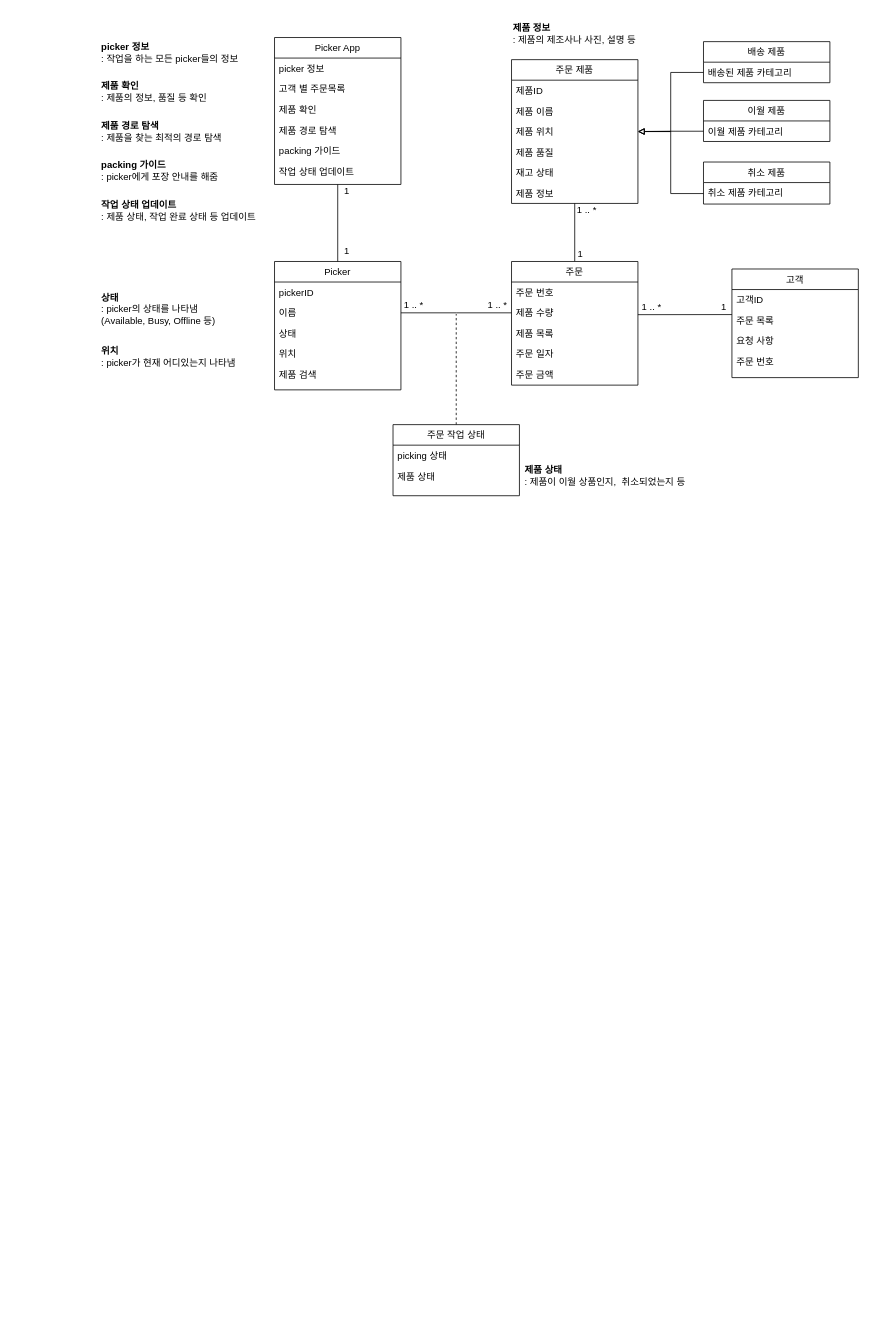
Earlier version of the draw.io diagram 시분설_6조_class_diagram.drawio (dbsrudrla/diagram). Source tidied: cells renumbered, new cells numbered last; positions are measured from the earlier drawing's top-left corner, leaving out a move shared by most shapes. Both pictures are drawn from the tidied source at 79%, with x=0, y=0 at pixel (100, 13).
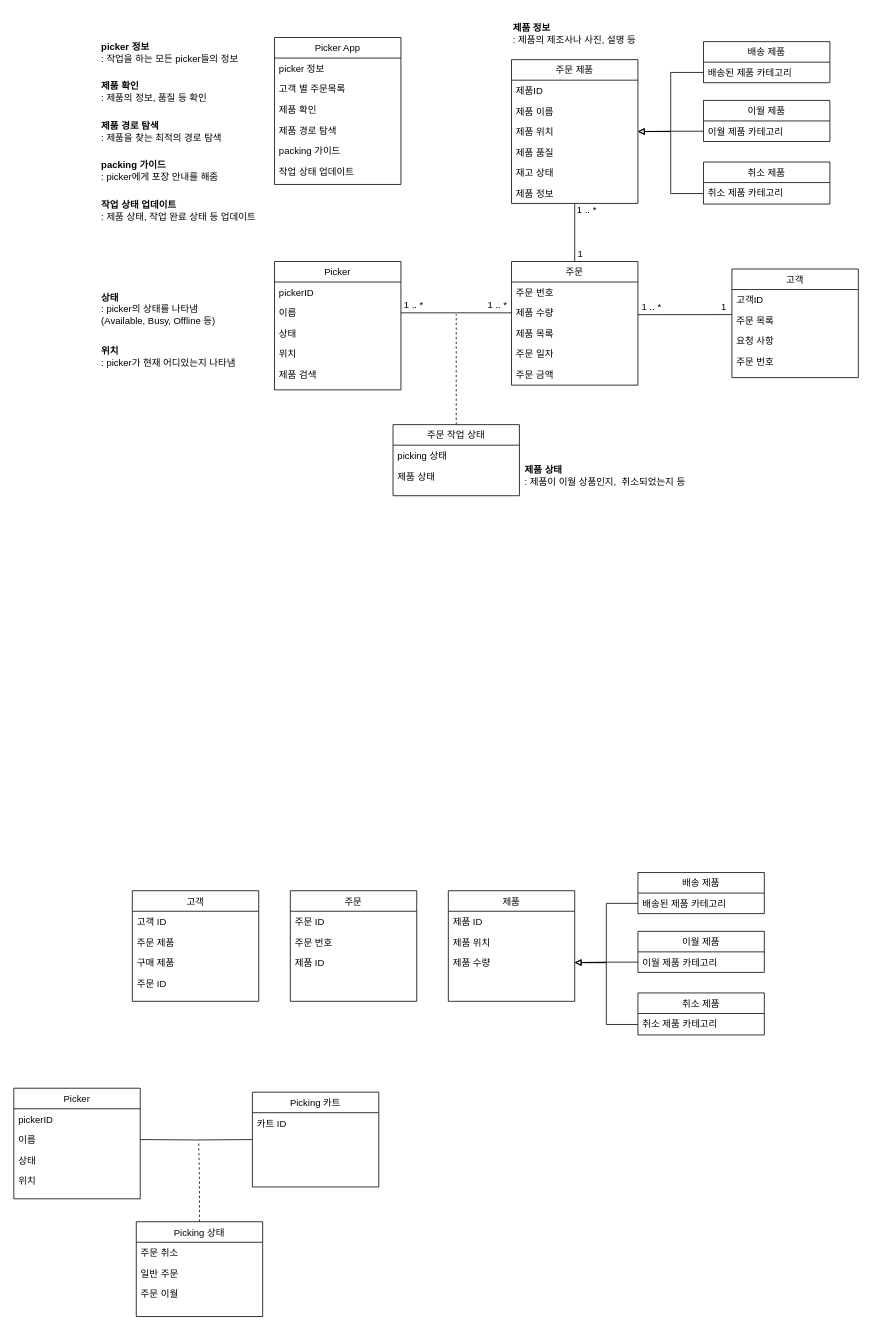
Above is the later version.

Commit message:
시분설_6조_class_diagram.drawio 업데이트

Unchanged cells that the change refers to:
```xml
<mxCell id="2" value="Picker" style="swimlane;fontStyle=0;align=center;verticalAlign=top;horizontal=1;startSize=26;rounded=0;shadow=0;strokeWidth=1;" parent="1" vertex="1">
  <mxGeometry x="221" y="313.5" width="160" height="162.5" as="geometry" />
</mxCell>
<mxCell id="10" value="Picker App" style="swimlane;fontStyle=0;align=center;verticalAlign=top;horizontal=1;startSize=26;rounded=0;shadow=0;strokeWidth=1;" parent="1" vertex="1">
  <mxGeometry x="221" y="30" width="160" height="186" as="geometry" />
</mxCell>
```

Diff of the diagram source:
```diff
@@
-    <mxCell id="9" style="edgeStyle=orthogonalEdgeStyle;rounded=0;jettySize=auto;html=1;exitX=0.5;exitY=1;exitDx=0;exitDy=0;endArrow=none;endFill=0;" parent="1" edge="1" source="10" target="2">
-      <mxGeometry relative="1" as="geometry" />
-    </mxCell>
@@
-    <mxCell id="47" value="1&amp;nbsp;" style="text;html=1;align=center;verticalAlign=middle;strokeColor=none;fillColor=none;" parent="1" vertex="1">
-      <mxGeometry x="299" y="210" width="30" height="30" as="geometry" />
-    </mxCell>
-    <mxCell id="48" value="1&amp;nbsp;" style="text;html=1;align=center;verticalAlign=middle;strokeColor=none;fillColor=none;" parent="1" vertex="1">
-      <mxGeometry x="299" y="285" width="30" height="30" as="geometry" />
-    </mxCell>
@@
+    <mxCell id="67" value="제품" style="swimlane;fontStyle=0;align=center;verticalAlign=top;horizontal=1;startSize=26;rounded=0;shadow=0;strokeWidth=1;" parent="1" vertex="1">
+      <mxGeometry x="441" y="1110" width="160" height="140" as="geometry" />
+    </mxCell>
+    <mxCell id="68" value="제품 ID" style="text;align=left;verticalAlign=top;spacingLeft=4;spacingRight=4;overflow=hidden;rounded=0;shadow=0;html=0;" parent="67" vertex="1">
+      <mxGeometry y="26" width="160" height="26" as="geometry" />
+    </mxCell>
+    <mxCell id="69" value="제품 위치" style="text;align=left;verticalAlign=top;spacingLeft=4;spacingRight=4;overflow=hidden;" parent="67" vertex="1">
+      <mxGeometry y="52" width="160" height="26" as="geometry" />
+    </mxCell>
+    <mxCell id="70" value="제품 수량" style="text;align=left;verticalAlign=top;spacingLeft=4;spacingRight=4;overflow=hidden;points=[[0,0.5],[1,0.5]];portConstraint=eastwest;rounded=0;shadow=0;html=0;" parent="67" vertex="1">
+      <mxGeometry y="78" width="160" height="26" as="geometry" />
+    </mxCell>
+    <mxCell id="71" value="Picking 카트" style="swimlane;fontStyle=0;align=center;verticalAlign=top;horizontal=1;startSize=26;rounded=0;shadow=0;strokeWidth=1;" parent="1" vertex="1">
+      <mxGeometry x="193" y="1365" width="160" height="120" as="geometry" />
+    </mxCell>
+    <mxCell id="72" value="카트 ID" style="text;align=left;verticalAlign=top;spacingLeft=4;spacingRight=4;overflow=hidden;rounded=0;shadow=0;html=0;" parent="71" vertex="1">
+      <mxGeometry y="26" width="160" height="26" as="geometry" />
+    </mxCell>
+    <mxCell id="73" value="주문" style="swimlane;fontStyle=0;align=center;verticalAlign=top;horizontal=1;startSize=26;rounded=0;shadow=0;strokeWidth=1;" parent="1" vertex="1">
+      <mxGeometry x="241" y="1110" width="160" height="140" as="geometry" />
+    </mxCell>
+    <mxCell id="74" value="주문 ID" style="text;align=left;verticalAlign=top;spacingLeft=4;spacingRight=4;overflow=hidden;rounded=0;shadow=0;html=0;" parent="73" vertex="1">
+      <mxGeometry y="26" width="160" height="26" as="geometry" />
+    </mxCell>
+    <mxCell id="75" value="주문 번호" style="text;align=left;verticalAlign=top;spacingLeft=4;spacingRight=4;overflow=hidden;" parent="73" vertex="1">
+      <mxGeometry y="52" width="160" height="26" as="geometry" />
+    </mxCell>
+    <mxCell id="76" value="제품 ID" style="text;align=left;verticalAlign=top;spacingLeft=4;spacingRight=4;overflow=hidden;rounded=0;shadow=0;html=0;" parent="73" vertex="1">
+      <mxGeometry y="78" width="160" height="26" as="geometry" />
+    </mxCell>
+    <mxCell id="77" value="고객" style="swimlane;fontStyle=0;align=center;verticalAlign=top;horizontal=1;startSize=26;rounded=0;shadow=0;strokeWidth=1;" parent="1" vertex="1">
+      <mxGeometry x="41" y="1110" width="160" height="140" as="geometry" />
+    </mxCell>
+    <mxCell id="78" value="고객 ID" style="text;align=left;verticalAlign=top;spacingLeft=4;spacingRight=4;overflow=hidden;rounded=0;shadow=0;html=0;" parent="77" vertex="1">
+      <mxGeometry y="26" width="160" height="26" as="geometry" />
+    </mxCell>
+    <mxCell id="79" value="주문 제품" style="text;align=left;verticalAlign=top;spacingLeft=4;spacingRight=4;overflow=hidden;" parent="77" vertex="1">
+      <mxGeometry y="52" width="160" height="26" as="geometry" />
+    </mxCell>
+    <mxCell id="80" value="구매 제품" style="text;align=left;verticalAlign=top;spacingLeft=4;spacingRight=4;overflow=hidden;rounded=0;shadow=0;html=0;" parent="77" vertex="1">
+      <mxGeometry y="78" width="160" height="26" as="geometry" />
+    </mxCell>
+    <mxCell id="81" value="주문 ID" style="text;align=left;verticalAlign=top;spacingLeft=4;spacingRight=4;overflow=hidden;rounded=0;shadow=0;html=0;" parent="77" vertex="1">
+      <mxGeometry y="104" width="160" height="26" as="geometry" />
+    </mxCell>
+    <mxCell id="82" value="Picker" style="swimlane;fontStyle=0;align=center;verticalAlign=top;horizontal=1;startSize=26;rounded=0;shadow=0;strokeWidth=1;" parent="1" vertex="1">
+      <mxGeometry x="-109" y="1360" width="160" height="140" as="geometry" />
+    </mxCell>
+    <mxCell id="83" value="pickerID" style="text;align=left;verticalAlign=top;spacingLeft=4;spacingRight=4;overflow=hidden;rounded=0;shadow=0;html=0;" parent="82" vertex="1">
+      <mxGeometry y="26" width="160" height="26" as="geometry" />
+    </mxCell>
+    <mxCell id="84" value="이름" style="text;align=left;verticalAlign=top;spacingLeft=4;spacingRight=4;overflow=hidden;" parent="82" vertex="1">
+      <mxGeometry y="52" width="160" height="26" as="geometry" />
+    </mxCell>
+    <mxCell id="85" value="상태" style="text;align=left;verticalAlign=top;spacingLeft=4;spacingRight=4;overflow=hidden;rounded=0;shadow=0;html=0;" parent="82" vertex="1">
+      <mxGeometry y="78" width="160" height="26" as="geometry" />
+    </mxCell>
+    <mxCell id="86" value="위치" style="text;align=left;verticalAlign=top;spacingLeft=4;spacingRight=4;overflow=hidden;rounded=0;shadow=0;html=0;" parent="82" vertex="1">
+      <mxGeometry y="104" width="160" height="26" as="geometry" />
+    </mxCell>
+    <mxCell id="87" style="edgeStyle=orthogonalEdgeStyle;rounded=0;jettySize=auto;html=1;exitX=0.5;exitY=0;exitDx=0;exitDy=0;dashed=1;endArrow=none;endFill=0;" parent="1" edge="1" source="88">
+      <mxGeometry relative="1" as="geometry">
+        <mxPoint x="125" y="1427" as="targetPoint" />
+      </mxGeometry>
+    </mxCell>
+    <mxCell id="88" value="Picking 상태" style="swimlane;fontStyle=0;align=center;verticalAlign=top;horizontal=1;startSize=26;rounded=0;shadow=0;strokeWidth=1;" parent="1" vertex="1">
+      <mxGeometry x="46" y="1529" width="160" height="120" as="geometry" />
+    </mxCell>
+    <mxCell id="89" value="주문 취소" style="text;align=left;verticalAlign=top;spacingLeft=4;spacingRight=4;overflow=hidden;rounded=0;shadow=0;html=0;" parent="88" vertex="1">
+      <mxGeometry y="26" width="160" height="26" as="geometry" />
+    </mxCell>
+    <mxCell id="90" value="일반 주문" style="text;align=left;verticalAlign=top;spacingLeft=4;spacingRight=4;overflow=hidden;" parent="88" vertex="1">
+      <mxGeometry y="52" width="160" height="26" as="geometry" />
+    </mxCell>
+    <mxCell id="91" value="주문 이월" style="text;align=left;verticalAlign=top;spacingLeft=4;spacingRight=4;overflow=hidden;rounded=0;shadow=0;html=0;" parent="88" vertex="1">
+      <mxGeometry y="78" width="160" height="26" as="geometry" />
+    </mxCell>
+    <mxCell id="92" style="edgeStyle=orthogonalEdgeStyle;rounded=0;jettySize=auto;html=1;exitX=0;exitY=0.5;exitDx=0;exitDy=0;entryX=1;entryY=0.5;entryDx=0;entryDy=0;endArrow=block;endFill=0;" parent="1" edge="1" source="94" target="70">
+      <mxGeometry relative="1" as="geometry" />
+    </mxCell>
+    <mxCell id="93" value="이월 제품" style="swimlane;fontStyle=0;align=center;verticalAlign=top;horizontal=1;startSize=26;rounded=0;shadow=0;strokeWidth=1;" parent="1" vertex="1">
+      <mxGeometry x="681" y="1161.4" width="160" height="52" as="geometry" />
+    </mxCell>
+    <mxCell id="94" value="이월 제품 카테고리" style="text;align=left;verticalAlign=top;spacingLeft=4;spacingRight=4;overflow=hidden;points=[[0,0.5],[1,0.5]];portConstraint=eastwest;rounded=0;shadow=0;html=0;" parent="93" vertex="1">
+      <mxGeometry y="26" width="160" height="26" as="geometry" />
+    </mxCell>
+    <mxCell id="95" style="edgeStyle=orthogonalEdgeStyle;rounded=0;jettySize=auto;html=1;exitX=0;exitY=0.75;exitDx=0;exitDy=0;startArrow=none;startFill=0;endArrow=block;endFill=0;entryX=1;entryY=0.5;entryDx=0;entryDy=0;" parent="1" edge="1" source="96" target="70">
+      <mxGeometry relative="1" as="geometry" />
+    </mxCell>
+    <mxCell id="96" value="취소 제품" style="swimlane;fontStyle=0;align=center;verticalAlign=top;horizontal=1;startSize=26;rounded=0;shadow=0;strokeWidth=1;" parent="1" vertex="1">
+      <mxGeometry x="681" y="1239.4" width="160" height="53.2" as="geometry" />
+    </mxCell>
+    <mxCell id="97" value="취소 제품 카테고리" style="text;align=left;verticalAlign=top;spacingLeft=4;spacingRight=4;overflow=hidden;rounded=0;shadow=0;html=0;" parent="96" vertex="1">
+      <mxGeometry y="26" width="160" height="26" as="geometry" />
+    </mxCell>
+    <mxCell id="98" value="배송 제품" style="swimlane;fontStyle=0;align=center;verticalAlign=top;horizontal=1;startSize=26;rounded=0;shadow=0;strokeWidth=1;" parent="1" vertex="1">
+      <mxGeometry x="681" y="1087" width="160" height="52" as="geometry" />
+    </mxCell>
+    <mxCell id="99" value="배송된 제품 카테고리" style="text;align=left;verticalAlign=top;spacingLeft=4;spacingRight=4;overflow=hidden;points=[[0,0.5],[1,0.5]];portConstraint=eastwest;rounded=0;shadow=0;html=0;" parent="98" vertex="1">
+      <mxGeometry y="26" width="160" height="26" as="geometry" />
+    </mxCell>
+    <mxCell id="100" style="edgeStyle=orthogonalEdgeStyle;rounded=0;jettySize=auto;html=1;exitX=0;exitY=0.5;exitDx=0;exitDy=0;endArrow=block;endFill=0;entryX=1;entryY=0.5;entryDx=0;entryDy=0;" parent="1" edge="1" source="99" target="70">
+      <mxGeometry relative="1" as="geometry" />
+    </mxCell>
+    <mxCell id="101" style="edgeStyle=orthogonalEdgeStyle;rounded=0;jettySize=auto;html=1;entryX=0;entryY=0.5;entryDx=0;entryDy=0;endArrow=none;endFill=0;" parent="1" edge="1" target="71">
+      <mxGeometry relative="1" as="geometry">
+        <mxPoint x="51" y="1425" as="sourcePoint" />
+      </mxGeometry>
+    </mxCell>
```
